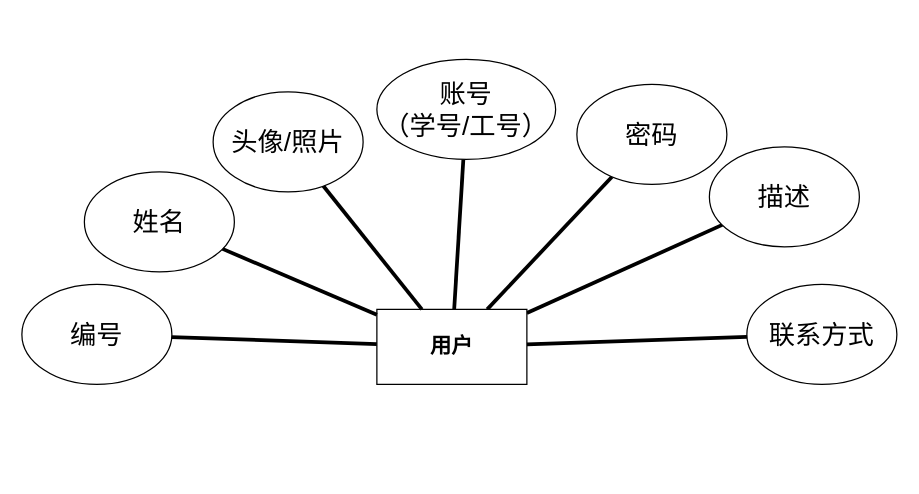
ov0-0vo/1 keeps this draw.io diagram as page "用户实体信息图" (3 of 5) of E-R模型图.drawio. Above is the earlier version. Source tidied: cells renumbered, new cells numbered last; positions are measured from the earlier drawing's top-left corner, leaving out a move shared by most shapes. Both pictures are drawn from the tidied source at 125%, with x=0, y=0 at pixel (21, 59).
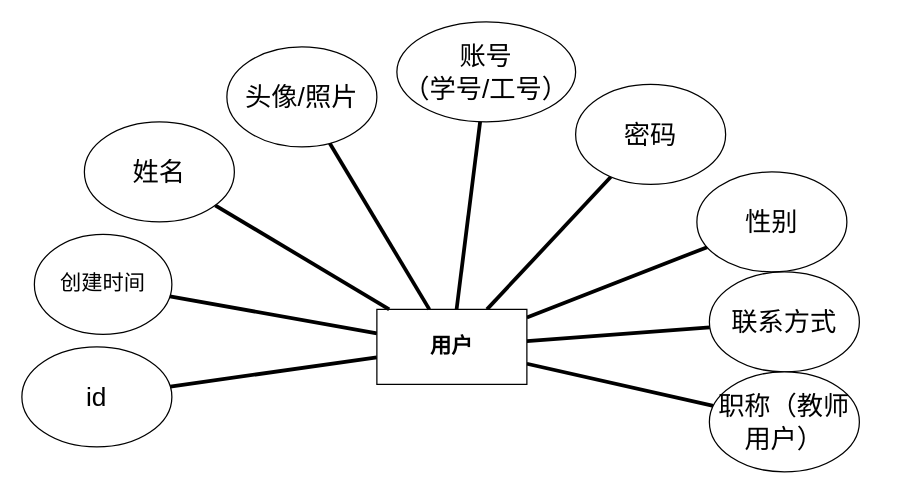
Above is the later version.

The change refers to these unchanged cells:
```xml
<mxCell id="6" value="用户" style="rounded=0;whiteSpace=wrap;html=1;fontFamily=Times New Roman;fontStyle=1;fontSize=17;" parent="1" vertex="1">
  <mxGeometry x="284" y="200" width="120" height="60" as="geometry" />
</mxCell>
```

What changed in the source:
```diff
@@
+    <mxCell id="17" style="edgeStyle=none;shape=connector;rounded=0;jettySize=auto;html=1;labelBackgroundColor=default;strokeColor=default;strokeWidth=3;fontFamily=Helvetica;fontSize=11;fontColor=default;endArrow=none;endFill=0;" parent="1" edge="1" source="6" target="19">
+      <mxGeometry relative="1" as="geometry" />
+    </mxCell>
+    <mxCell id="18" style="edgeStyle=none;shape=connector;rounded=0;jettySize=auto;html=1;labelBackgroundColor=default;strokeColor=default;strokeWidth=3;fontFamily=Helvetica;fontSize=21;fontColor=default;endArrow=none;endFill=0;" parent="1" edge="1" source="6" target="20">
+      <mxGeometry relative="1" as="geometry" />
+    </mxCell>
@@
-    <mxCell id="7" value="编号" style="ellipse;whiteSpace=wrap;html=1;fontSize=21;" parent="1" vertex="1">
-      <mxGeometry y="180" width="120" height="80" as="geometry" />
+    <mxCell id="7" value="id" style="ellipse;whiteSpace=wrap;html=1;fontSize=21;" parent="1" vertex="1">
+      <mxGeometry y="230" width="120" height="80" as="geometry" />
     </mxCell>
@@
     <mxCell id="9" value="姓名" style="ellipse;whiteSpace=wrap;html=1;fontSize=21;" parent="1" vertex="1">
-      <mxGeometry x="50" y="90" width="120" height="80" as="geometry" />
+      <mxGeometry x="50" y="50" width="120" height="80" as="geometry" />
     </mxCell>
@@
     <mxCell id="11" value="账号&lt;br&gt;（学号/工号）" style="ellipse;whiteSpace=wrap;html=1;fontSize=21;" parent="1" vertex="1">
-      <mxGeometry x="284" width="143" height="80" as="geometry" />
+      <mxGeometry x="300" y="-30" width="143" height="80" as="geometry" />
     </mxCell>
@@
     <mxCell id="13" value="头像/照片" style="ellipse;whiteSpace=wrap;html=1;fontSize=21;" parent="1" vertex="1">
-      <mxGeometry x="153" y="26" width="120" height="80" as="geometry" />
+      <mxGeometry x="164" y="-10" width="120" height="80" as="geometry" />
     </mxCell>
-    <mxCell id="14" value="描述" style="ellipse;whiteSpace=wrap;html=1;fontSize=21;" parent="1" vertex="1">
-      <mxGeometry x="550" y="70" width="120" height="80" as="geometry" />
+    <mxCell id="14" value="性别" style="ellipse;whiteSpace=wrap;html=1;fontSize=21;" parent="1" vertex="1">
+      <mxGeometry x="540" y="90" width="120" height="80" as="geometry" />
     </mxCell>
     <mxCell id="15" value="密码" style="ellipse;whiteSpace=wrap;html=1;fontSize=21;" parent="1" vertex="1">
-      <mxGeometry x="444" y="20" width="120" height="80" as="geometry" />
+      <mxGeometry x="443" y="20" width="120" height="80" as="geometry" />
     </mxCell>
     <mxCell id="16" value="联系方式" style="ellipse;whiteSpace=wrap;html=1;fontSize=21;" parent="1" vertex="1">
-      <mxGeometry x="580" y="180" width="120" height="80" as="geometry" />
+      <mxGeometry x="550" y="170" width="120" height="80" as="geometry" />
     </mxCell>
+    <mxCell id="19" value="&lt;span style=&quot;font-weight: normal;&quot;&gt;创建时间&lt;/span&gt;" style="ellipse;whiteSpace=wrap;html=1;fontSize=17;fontFamily=Times New Roman;rounded=0;fontStyle=1;" parent="1" vertex="1">
+      <mxGeometry x="10" y="140" width="110" height="80" as="geometry" />
+    </mxCell>
+    <mxCell id="20" value="职称（教师用户）" style="ellipse;whiteSpace=wrap;html=1;fontSize=21;" parent="1" vertex="1">
+      <mxGeometry x="550" y="250" width="120" height="80" as="geometry" />
+    </mxCell>
```
